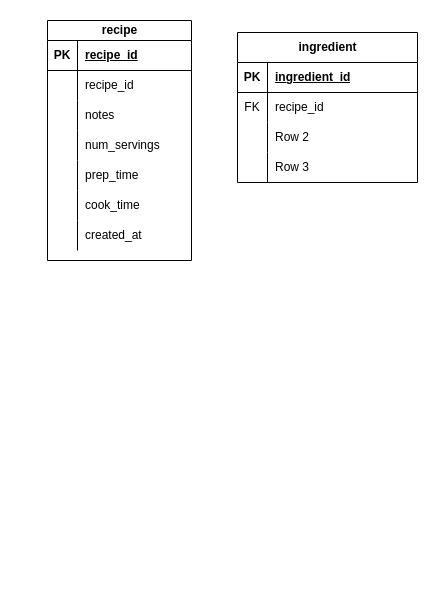
aaashley29/week05 keeps this draw.io diagram as Untitled Diagram.drawio. Above is the earlier version. Source tidied: cells renumbered, new cells numbered last; positions are measured from the earlier drawing's top-left corner, leaving out a move shared by most shapes. Both pictures are drawn from the tidied source at 100%, with x=0, y=0 at pixel (47, 20).
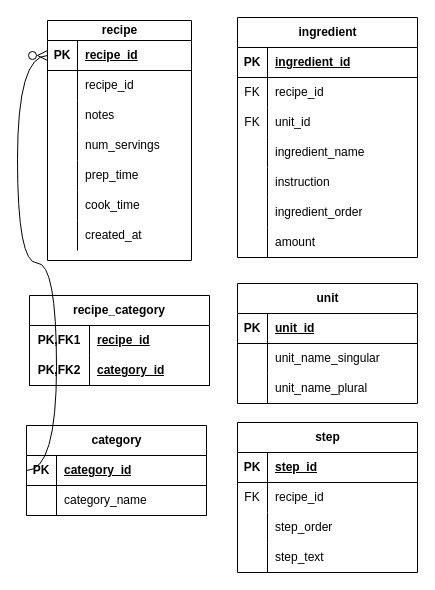
After the change.

The change refers to these unchanged cells:
```xml
<mxCell id="3" style="shape=tableRow;horizontal=0;startSize=0;swimlaneHead=0;swimlaneBody=0;fillColor=none;points=[[0,0.5],[1,0.5]];portConstraint=eastwest;top=0;left=0;right=0;bottom=1;" parent="2" vertex="1">
  <mxGeometry y="20" width="144" height="30" as="geometry" />
</mxCell>
<mxCell id="31" style="shape=tableRow;horizontal=0;startSize=0;swimlaneHead=0;swimlaneBody=0;fillColor=none;top=0;left=0;right=0;bottom=0;" parent="24" vertex="1">
  <mxGeometry y="90" width="180" height="30" as="geometry" />
</mxCell>
<mxCell id="34" style="shape=tableRow;horizontal=0;startSize=0;swimlaneHead=0;swimlaneBody=0;fillColor=none;top=0;left=0;right=0;bottom=0;" parent="24" vertex="1">
  <mxGeometry y="120" width="180" height="30" as="geometry" />
</mxCell>
```

Change to the diagram source:
```diff
@@
     <mxCell id="24" value="ingredient" style="shape=table;startSize=30;childLayout=tableLayout;rowLines=0;fontStyle=1;align=center;html=1;" parent="1" vertex="1">
-      <mxGeometry x="190" y="12" width="180" height="150" as="geometry" />
+      <mxGeometry x="190" y="-3" width="180" height="240" as="geometry" />
     </mxCell>
@@
-    <mxCell id="32" style="shape=partialRectangle;fillColor=none;top=0;left=0;bottom=0;right=0;overflow=hidden;whiteSpace=wrap;html=1;" parent="31" vertex="1">
+    <mxCell id="32" value="FK" style="shape=partialRectangle;fillColor=none;top=0;left=0;bottom=0;right=0;overflow=hidden;whiteSpace=wrap;html=1;" parent="31" vertex="1">
       <mxGeometry width="30" height="30" as="geometry" />
     </mxCell>
-    <mxCell id="33" value="Row 2" style="shape=partialRectangle;fillColor=none;top=0;left=0;bottom=0;right=0;align=left;spacingLeft=6;overflow=hidden;whiteSpace=wrap;html=1;" parent="31" vertex="1">
+    <mxCell id="33" value="unit_id" style="shape=partialRectangle;fillColor=none;top=0;left=0;bottom=0;right=0;align=left;spacingLeft=6;overflow=hidden;whiteSpace=wrap;html=1;" parent="31" vertex="1">
       <mxGeometry x="30" width="150" height="30" as="geometry" />
     </mxCell>
@@
-    <mxCell id="36" value="Row 3" style="shape=partialRectangle;fillColor=none;top=0;left=0;bottom=0;right=0;align=left;spacingLeft=6;overflow=hidden;whiteSpace=wrap;html=1;" parent="34" vertex="1">
+    <mxCell id="36" value="ingredient_name" style="shape=partialRectangle;fillColor=none;top=0;left=0;bottom=0;right=0;align=left;spacingLeft=6;overflow=hidden;whiteSpace=wrap;html=1;" parent="34" vertex="1">
       <mxGeometry x="30" width="150" height="30" as="geometry" />
     </mxCell>
+    <mxCell id="37" style="shape=tableRow;horizontal=0;startSize=0;swimlaneHead=0;swimlaneBody=0;fillColor=none;top=0;left=0;right=0;bottom=0;" parent="24" vertex="1">
+      <mxGeometry y="150" width="180" height="30" as="geometry" />
+    </mxCell>
+    <mxCell id="38" style="shape=partialRectangle;fillColor=none;top=0;left=0;bottom=0;right=0;overflow=hidden;whiteSpace=wrap;html=1;" parent="37" vertex="1">
+      <mxGeometry width="30" height="30" as="geometry" />
+    </mxCell>
+    <mxCell id="39" value="instruction" style="shape=partialRectangle;fillColor=none;top=0;left=0;bottom=0;right=0;align=left;spacingLeft=6;overflow=hidden;whiteSpace=wrap;html=1;" parent="37" vertex="1">
+      <mxGeometry x="30" width="150" height="30" as="geometry" />
+    </mxCell>
+    <mxCell id="40" style="shape=tableRow;horizontal=0;startSize=0;swimlaneHead=0;swimlaneBody=0;fillColor=none;top=0;left=0;right=0;bottom=0;" parent="24" vertex="1">
+      <mxGeometry y="180" width="180" height="30" as="geometry" />
+    </mxCell>
+    <mxCell id="41" style="shape=partialRectangle;fillColor=none;top=0;left=0;bottom=0;right=0;overflow=hidden;whiteSpace=wrap;html=1;" parent="40" vertex="1">
+      <mxGeometry width="30" height="30" as="geometry" />
+    </mxCell>
+    <mxCell id="42" value="ingredient_order" style="shape=partialRectangle;fillColor=none;top=0;left=0;bottom=0;right=0;align=left;spacingLeft=6;overflow=hidden;whiteSpace=wrap;html=1;" parent="40" vertex="1">
+      <mxGeometry x="30" width="150" height="30" as="geometry" />
+    </mxCell>
+    <mxCell id="43" style="shape=tableRow;horizontal=0;startSize=0;swimlaneHead=0;swimlaneBody=0;fillColor=none;top=0;left=0;right=0;bottom=0;" parent="24" vertex="1">
+      <mxGeometry y="210" width="180" height="30" as="geometry" />
+    </mxCell>
+    <mxCell id="44" style="shape=partialRectangle;fillColor=none;top=0;left=0;bottom=0;right=0;overflow=hidden;whiteSpace=wrap;html=1;" parent="43" vertex="1">
+      <mxGeometry width="30" height="30" as="geometry" />
+    </mxCell>
+    <mxCell id="45" value="amount" style="shape=partialRectangle;fillColor=none;top=0;left=0;bottom=0;right=0;align=left;spacingLeft=6;overflow=hidden;whiteSpace=wrap;html=1;" parent="43" vertex="1">
+      <mxGeometry x="30" width="150" height="30" as="geometry" />
+    </mxCell>
+    <mxCell id="46" value="unit" style="shape=table;startSize=30;childLayout=tableLayout;rowLines=0;fontStyle=1;align=center;html=1;" parent="1" vertex="1">
+      <mxGeometry x="190" y="263" width="180" height="120" as="geometry" />
+    </mxCell>
+    <mxCell id="47" style="shape=tableRow;horizontal=0;startSize=0;swimlaneHead=0;swimlaneBody=0;fillColor=none;top=0;left=0;right=0;bottom=1;" parent="46" vertex="1">
+      <mxGeometry y="30" width="180" height="30" as="geometry" />
+    </mxCell>
+    <mxCell id="48" value="PK" style="shape=partialRectangle;fillColor=none;top=0;left=0;bottom=0;right=0;fontStyle=1;overflow=hidden;whiteSpace=wrap;html=1;" parent="47" vertex="1">
+      <mxGeometry width="30" height="30" as="geometry" />
+    </mxCell>
+    <mxCell id="49" value="unit_id" style="shape=partialRectangle;fillColor=none;top=0;left=0;bottom=0;right=0;align=left;spacingLeft=6;fontStyle=5;overflow=hidden;whiteSpace=wrap;html=1;" parent="47" vertex="1">
+      <mxGeometry x="30" width="150" height="30" as="geometry" />
+    </mxCell>
+    <mxCell id="50" style="shape=tableRow;horizontal=0;startSize=0;swimlaneHead=0;swimlaneBody=0;fillColor=none;top=0;left=0;right=0;bottom=0;" parent="46" vertex="1">
+      <mxGeometry y="60" width="180" height="30" as="geometry" />
+    </mxCell>
+    <mxCell id="51" style="shape=partialRectangle;fillColor=none;top=0;left=0;bottom=0;right=0;overflow=hidden;whiteSpace=wrap;html=1;" parent="50" vertex="1">
+      <mxGeometry width="30" height="30" as="geometry" />
+    </mxCell>
+    <mxCell id="52" value="unit_name_singular" style="shape=partialRectangle;fillColor=none;top=0;left=0;bottom=0;right=0;align=left;spacingLeft=6;overflow=hidden;whiteSpace=wrap;html=1;" parent="50" vertex="1">
+      <mxGeometry x="30" width="150" height="30" as="geometry" />
+    </mxCell>
+    <mxCell id="53" style="shape=tableRow;horizontal=0;startSize=0;swimlaneHead=0;swimlaneBody=0;fillColor=none;top=0;left=0;right=0;bottom=0;" parent="46" vertex="1">
+      <mxGeometry y="90" width="180" height="30" as="geometry" />
+    </mxCell>
+    <mxCell id="54" style="shape=partialRectangle;fillColor=none;top=0;left=0;bottom=0;right=0;overflow=hidden;whiteSpace=wrap;html=1;" parent="53" vertex="1">
+      <mxGeometry width="30" height="30" as="geometry" />
+    </mxCell>
+    <mxCell id="55" value="unit_name_plural" style="shape=partialRectangle;fillColor=none;top=0;left=0;bottom=0;right=0;align=left;spacingLeft=6;overflow=hidden;whiteSpace=wrap;html=1;" parent="53" vertex="1">
+      <mxGeometry x="30" width="150" height="30" as="geometry" />
+    </mxCell>
+    <mxCell id="56" value="step" style="shape=table;startSize=30;childLayout=tableLayout;rowLines=0;fontStyle=1;align=center;html=1;" parent="1" vertex="1">
+      <mxGeometry x="190" y="402" width="180" height="150" as="geometry" />
+    </mxCell>
+    <mxCell id="57" style="shape=tableRow;horizontal=0;startSize=0;swimlaneHead=0;swimlaneBody=0;fillColor=none;top=0;left=0;right=0;bottom=1;" parent="56" vertex="1">
+      <mxGeometry y="30" width="180" height="30" as="geometry" />
+    </mxCell>
+    <mxCell id="58" value="PK" style="shape=partialRectangle;fillColor=none;top=0;left=0;bottom=0;right=0;fontStyle=1;overflow=hidden;whiteSpace=wrap;html=1;" parent="57" vertex="1">
+      <mxGeometry width="30" height="30" as="geometry" />
+    </mxCell>
+    <mxCell id="59" value="step_id" style="shape=partialRectangle;fillColor=none;top=0;left=0;bottom=0;right=0;align=left;spacingLeft=6;fontStyle=5;overflow=hidden;whiteSpace=wrap;html=1;" parent="57" vertex="1">
+      <mxGeometry x="30" width="150" height="30" as="geometry" />
+    </mxCell>
+    <mxCell id="60" style="shape=tableRow;horizontal=0;startSize=0;swimlaneHead=0;swimlaneBody=0;fillColor=none;top=0;left=0;right=0;bottom=0;" parent="56" vertex="1">
+      <mxGeometry y="60" width="180" height="30" as="geometry" />
+    </mxCell>
+    <mxCell id="61" value="FK" style="shape=partialRectangle;fillColor=none;top=0;left=0;bottom=0;right=0;overflow=hidden;whiteSpace=wrap;html=1;" parent="60" vertex="1">
+      <mxGeometry width="30" height="30" as="geometry" />
+    </mxCell>
+    <mxCell id="62" value="recipe_id" style="shape=partialRectangle;fillColor=none;top=0;left=0;bottom=0;right=0;align=left;spacingLeft=6;overflow=hidden;whiteSpace=wrap;html=1;" parent="60" vertex="1">
+      <mxGeometry x="30" width="150" height="30" as="geometry" />
+    </mxCell>
+    <mxCell id="63" style="shape=tableRow;horizontal=0;startSize=0;swimlaneHead=0;swimlaneBody=0;fillColor=none;top=0;left=0;right=0;bottom=0;" parent="56" vertex="1">
+      <mxGeometry y="90" width="180" height="30" as="geometry" />
+    </mxCell>
+    <mxCell id="64" style="shape=partialRectangle;fillColor=none;top=0;left=0;bottom=0;right=0;overflow=hidden;whiteSpace=wrap;html=1;" parent="63" vertex="1">
+      <mxGeometry width="30" height="30" as="geometry" />
+    </mxCell>
+    <mxCell id="65" value="step_order" style="shape=partialRectangle;fillColor=none;top=0;left=0;bottom=0;right=0;align=left;spacingLeft=6;overflow=hidden;whiteSpace=wrap;html=1;" parent="63" vertex="1">
+      <mxGeometry x="30" width="150" height="30" as="geometry" />
+    </mxCell>
+    <mxCell id="66" style="shape=tableRow;horizontal=0;startSize=0;swimlaneHead=0;swimlaneBody=0;fillColor=none;top=0;left=0;right=0;bottom=0;" parent="56" vertex="1">
+      <mxGeometry y="120" width="180" height="30" as="geometry" />
+    </mxCell>
+    <mxCell id="67" style="shape=partialRectangle;fillColor=none;top=0;left=0;bottom=0;right=0;overflow=hidden;whiteSpace=wrap;html=1;" parent="66" vertex="1">
+      <mxGeometry width="30" height="30" as="geometry" />
+    </mxCell>
+    <mxCell id="68" value="step_text" style="shape=partialRectangle;fillColor=none;top=0;left=0;bottom=0;right=0;align=left;spacingLeft=6;overflow=hidden;whiteSpace=wrap;html=1;" parent="66" vertex="1">
+      <mxGeometry x="30" width="150" height="30" as="geometry" />
+    </mxCell>
+    <mxCell id="69" value="category" style="shape=table;startSize=30;childLayout=tableLayout;rowLines=0;fontStyle=1;align=center;html=1;" parent="1" vertex="1">
+      <mxGeometry x="-21" y="405" width="180" height="90" as="geometry" />
+    </mxCell>
+    <mxCell id="70" style="shape=tableRow;horizontal=0;startSize=0;swimlaneHead=0;swimlaneBody=0;fillColor=none;points=[[0,0.5],[1,0.5]];portConstraint=eastwest;top=0;left=0;right=0;bottom=1;" parent="69" vertex="1">
+      <mxGeometry y="30" width="180" height="30" as="geometry" />
+    </mxCell>
+    <mxCell id="71" value="PK" style="shape=partialRectangle;fillColor=none;top=0;left=0;bottom=0;right=0;fontStyle=1;overflow=hidden;whiteSpace=wrap;html=1;" parent="70" vertex="1">
+      <mxGeometry width="30" height="30" as="geometry" />
+    </mxCell>
+    <mxCell id="72" value="category_id" style="shape=partialRectangle;fillColor=none;top=0;left=0;bottom=0;right=0;align=left;spacingLeft=6;fontStyle=5;overflow=hidden;whiteSpace=wrap;html=1;" parent="70" vertex="1">
+      <mxGeometry x="30" width="150" height="30" as="geometry" />
+    </mxCell>
+    <mxCell id="73" style="shape=tableRow;horizontal=0;startSize=0;swimlaneHead=0;swimlaneBody=0;fillColor=none;top=0;left=0;right=0;bottom=0;" parent="69" vertex="1">
+      <mxGeometry y="60" width="180" height="30" as="geometry" />
+    </mxCell>
+    <mxCell id="74" style="shape=partialRectangle;fillColor=none;top=0;left=0;bottom=0;right=0;overflow=hidden;whiteSpace=wrap;html=1;" parent="73" vertex="1">
+      <mxGeometry width="30" height="30" as="geometry" />
+    </mxCell>
+    <mxCell id="75" value="category_name" style="shape=partialRectangle;fillColor=none;top=0;left=0;bottom=0;right=0;align=left;spacingLeft=6;overflow=hidden;whiteSpace=wrap;html=1;" parent="73" vertex="1">
+      <mxGeometry x="30" width="150" height="30" as="geometry" />
+    </mxCell>
+    <mxCell id="76" value="recipe_category" style="shape=table;startSize=30;childLayout=tableLayout;rowLines=0;fontStyle=1;align=center;html=1;whiteSpace=wrap;" parent="1" vertex="1">
+      <mxGeometry x="-18" y="275" width="180" height="90" as="geometry" />
+    </mxCell>
+    <mxCell id="77" style="shape=tableRow;horizontal=0;startSize=0;swimlaneHead=0;swimlaneBody=0;fillColor=none;top=0;left=0;right=0;bottom=0;html=1;" parent="76" vertex="1">
+      <mxGeometry y="30" width="180" height="30" as="geometry" />
+    </mxCell>
+    <mxCell id="78" value="PK,FK1" style="shape=partialRectangle;fillColor=none;top=0;left=0;bottom=0;right=0;fontStyle=1;overflow=hidden;html=1;whiteSpace=wrap;" parent="77" vertex="1">
+      <mxGeometry width="60" height="30" as="geometry" />
+    </mxCell>
+    <mxCell id="79" value="recipe_id" style="shape=partialRectangle;fillColor=none;top=0;left=0;bottom=0;right=0;align=left;spacingLeft=6;fontStyle=5;overflow=hidden;html=1;whiteSpace=wrap;" parent="77" vertex="1">
+      <mxGeometry x="60" width="120" height="30" as="geometry" />
+    </mxCell>
+    <mxCell id="80" style="shape=tableRow;horizontal=0;startSize=0;swimlaneHead=0;swimlaneBody=0;fillColor=none;top=0;left=0;right=0;bottom=1;html=1;" parent="76" vertex="1">
+      <mxGeometry y="60" width="180" height="30" as="geometry" />
+    </mxCell>
+    <mxCell id="81" value="PK,FK2" style="shape=partialRectangle;fillColor=none;top=0;left=0;bottom=0;right=0;fontStyle=1;overflow=hidden;html=1;whiteSpace=wrap;" parent="80" vertex="1">
+      <mxGeometry width="60" height="30" as="geometry" />
+    </mxCell>
+    <mxCell id="82" value="category_id" style="shape=partialRectangle;fillColor=none;top=0;left=0;bottom=0;right=0;align=left;spacingLeft=6;fontStyle=5;overflow=hidden;html=1;whiteSpace=wrap;" parent="80" vertex="1">
+      <mxGeometry x="60" width="120" height="30" as="geometry" />
+    </mxCell>
+    <mxCell id="83" style="edgeStyle=entityRelationEdgeStyle;fontSize=12;html=1;endArrow=ERzeroToMany;endFill=1;rounded=0;startSize=8;endSize=8;curved=1;entryX=0;entryY=0.5;entryDx=0;entryDy=0;exitX=0;exitY=0.5;exitDx=0;exitDy=0;" parent="1" edge="1" source="70" target="3">
+      <mxGeometry relative="1" as="geometry" />
+    </mxCell>
```
